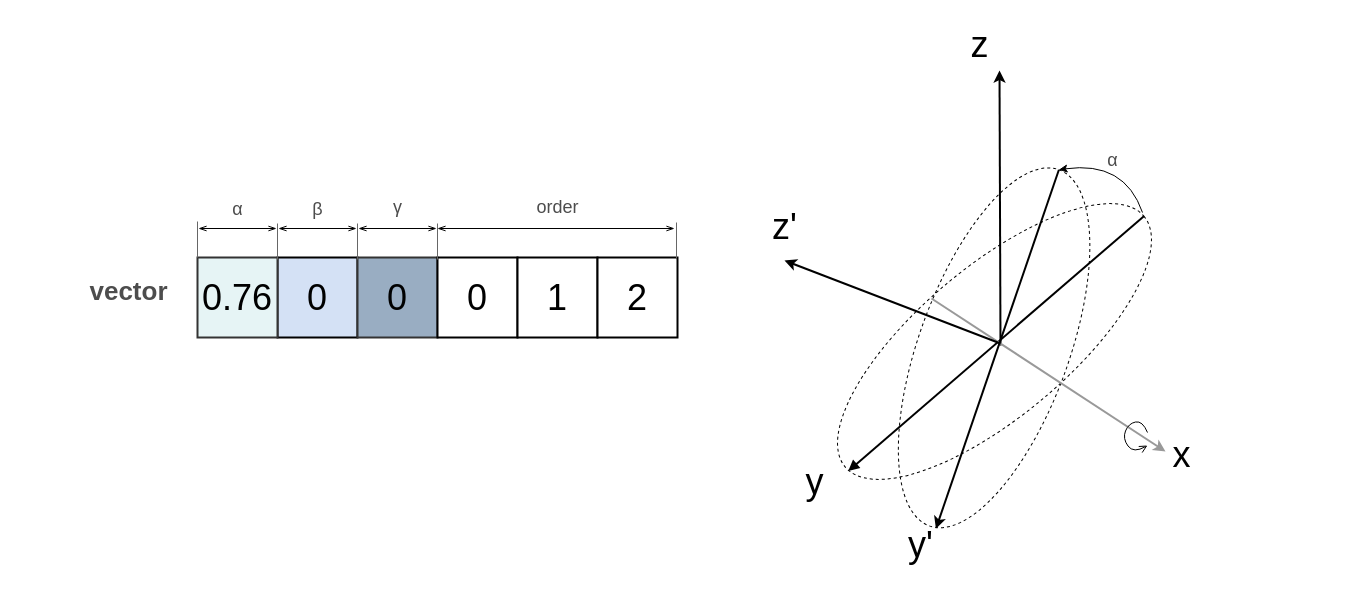
Earlier version of the draw.io diagram page "3dEulerTransformation" (16 of 17) of doc/img/MathModels.drawio (Wandalen/wMathModels). Source tidied: cells renumbered, new cells numbered last; positions are measured from the earlier drawing's top-left corner, leaving out a move shared by most shapes. Both pictures are drawn from the tidied source at 100%, with x=0, y=0 at pixel (17, 17).
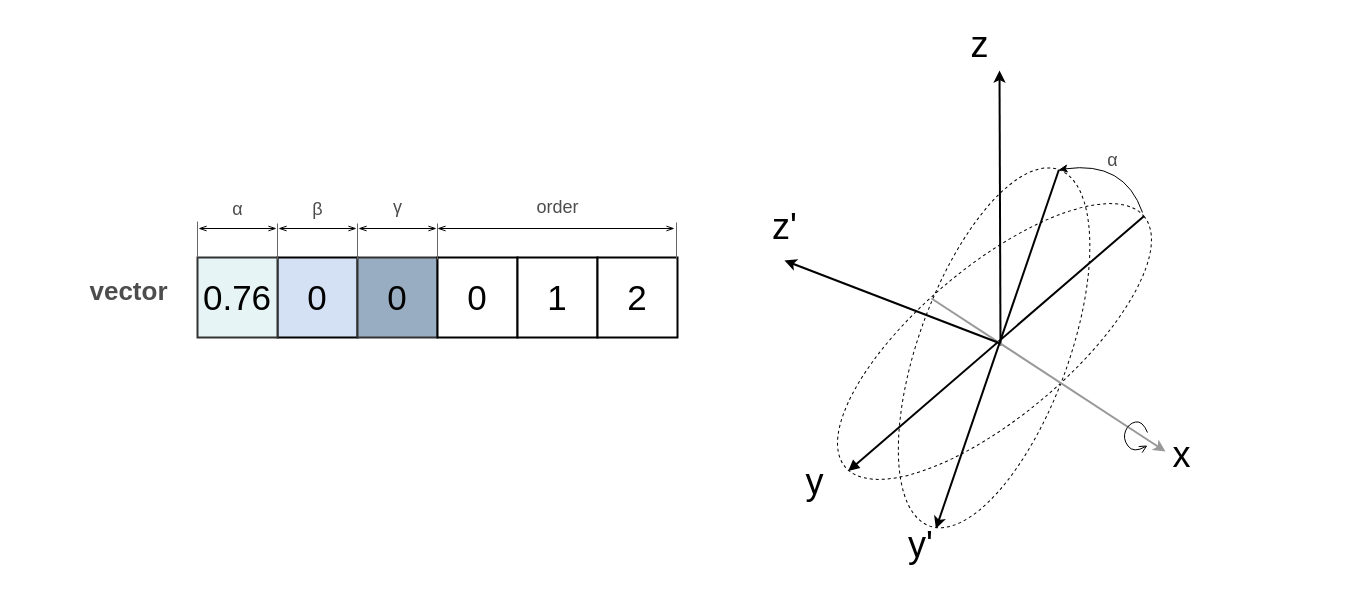
After the change.

The edit, as a diff of the source:
```diff
@@
-    <mxCell id="5" value="0" style="whiteSpace=wrap;html=1;strokeWidth=2;fontSize=36;strokeColor=#000000;fillColor=#D4E1F5;" parent="1" vertex="1">
+    <mxCell id="5" value="0" style="whiteSpace=wrap;html=1;strokeWidth=2;fontSize=35;strokeColor=#000000;fillColor=#D4E1F5;" parent="1" vertex="1">
       <mxGeometry x="260" y="240" width="80" height="80" as="geometry" />
     </mxCell>
-    <mxCell id="6" value="0" style="whiteSpace=wrap;html=1;strokeWidth=2;fontSize=36;fillColor=#99ADC2;strokeColor=#333333;" parent="1" vertex="1">
+    <mxCell id="6" value="0" style="whiteSpace=wrap;html=1;strokeWidth=2;fontSize=35;fillColor=#99ADC2;strokeColor=#333333;" parent="1" vertex="1">
       <mxGeometry x="340" y="240" width="80" height="80" as="geometry" />
     </mxCell>
-    <mxCell id="7" value="0" style="whiteSpace=wrap;html=1;strokeWidth=2;fontSize=36;" parent="1" vertex="1">
+    <mxCell id="7" value="0" style="whiteSpace=wrap;html=1;strokeWidth=2;fontSize=35;" parent="1" vertex="1">
       <mxGeometry x="420" y="240" width="80" height="80" as="geometry" />
     </mxCell>
@@
-    <mxCell id="9" value="0.76" style="whiteSpace=wrap;html=1;strokeWidth=2;fontSize=36;fillColor=#E6F4F5;strokeColor=#333333;" parent="1" vertex="1">
+    <mxCell id="9" value="0.76" style="whiteSpace=wrap;html=1;strokeWidth=2;fontSize=35;fillColor=#E6F4F5;strokeColor=#333333;" parent="1" vertex="1">
       <mxGeometry x="180" y="240" width="80" height="80" as="geometry" />
     </mxCell>
@@
-    <mxCell id="12" value="1" style="whiteSpace=wrap;html=1;strokeWidth=2;fontSize=36;" parent="1" vertex="1">
+    <mxCell id="12" value="1" style="whiteSpace=wrap;html=1;strokeWidth=2;fontSize=35;" parent="1" vertex="1">
       <mxGeometry x="500" y="240" width="80" height="80" as="geometry" />
     </mxCell>
-    <mxCell id="13" value="2" style="whiteSpace=wrap;html=1;strokeWidth=2;fontSize=36;" parent="1" vertex="1">
+    <mxCell id="13" value="2" style="whiteSpace=wrap;html=1;strokeWidth=2;fontSize=35;" parent="1" vertex="1">
       <mxGeometry x="580" y="240" width="80" height="80" as="geometry" />
     </mxCell>
```
